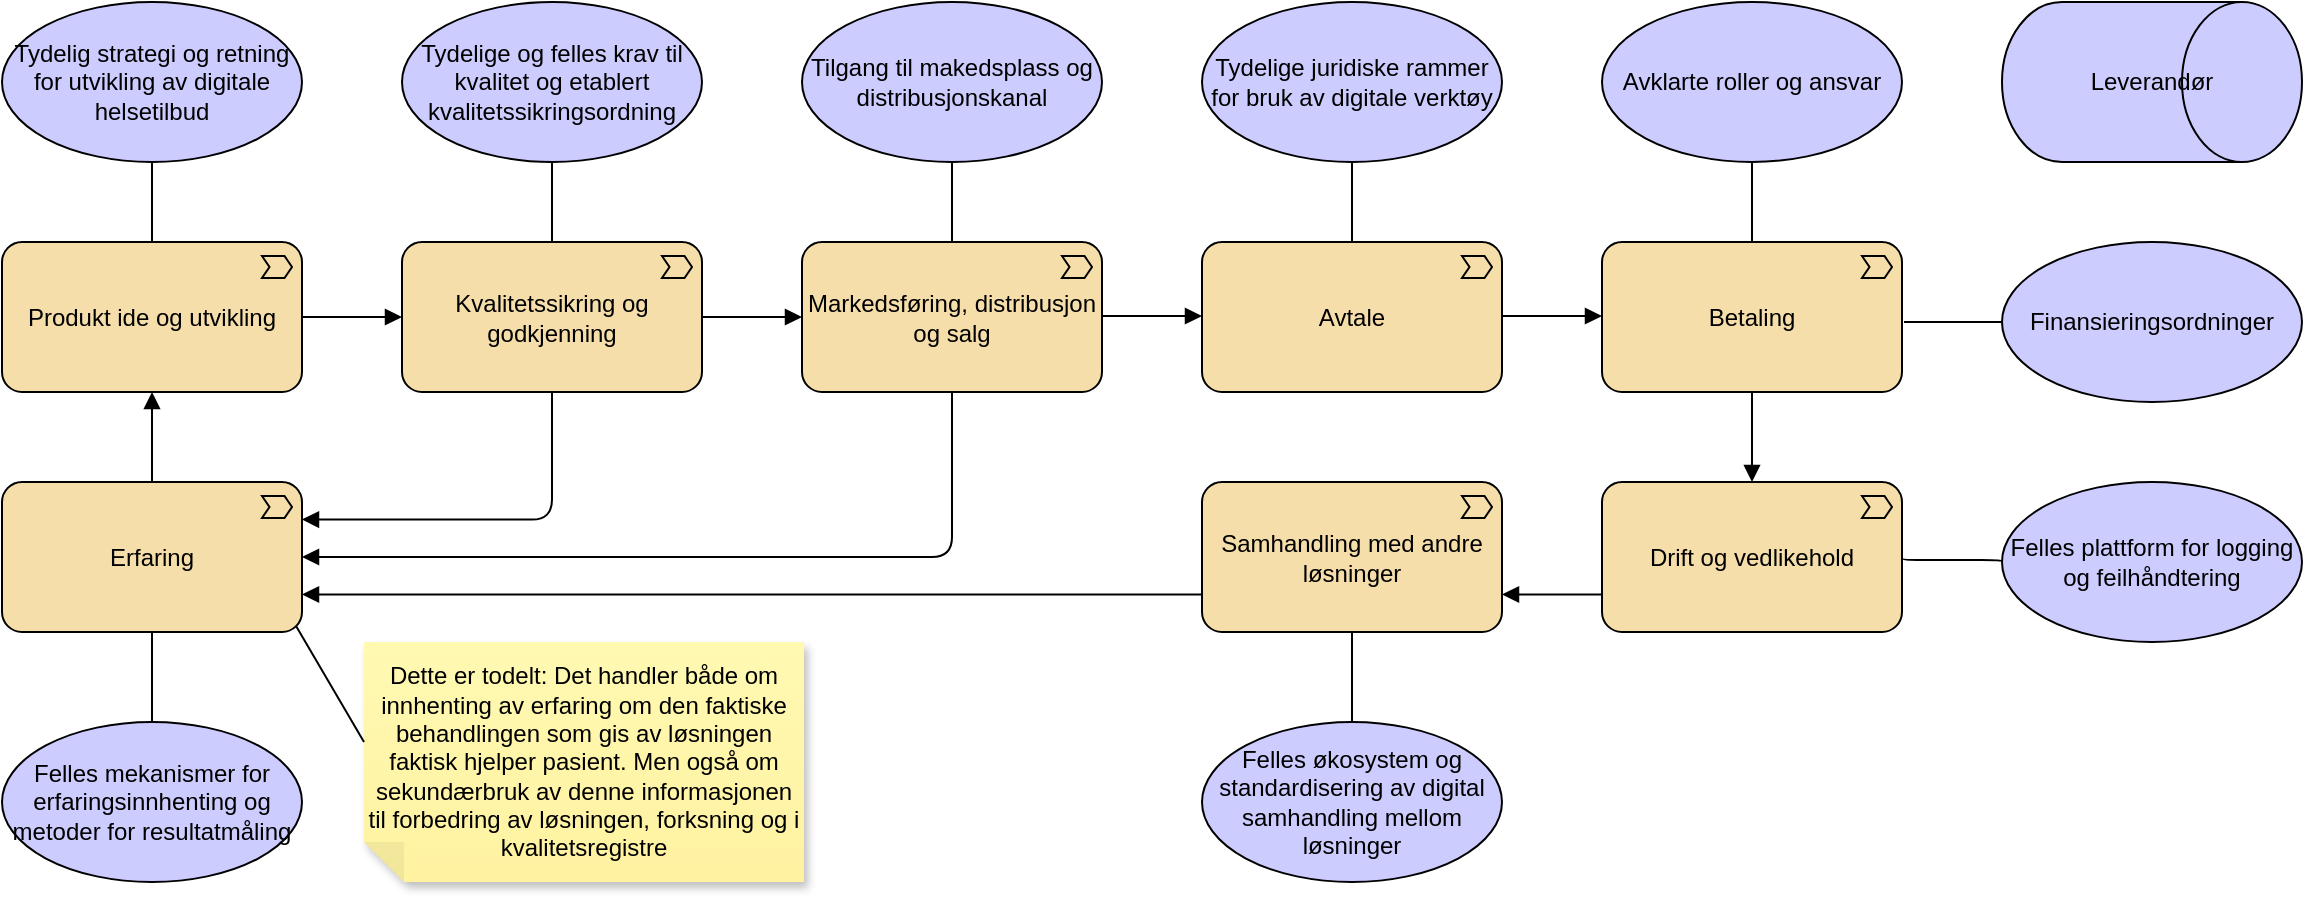
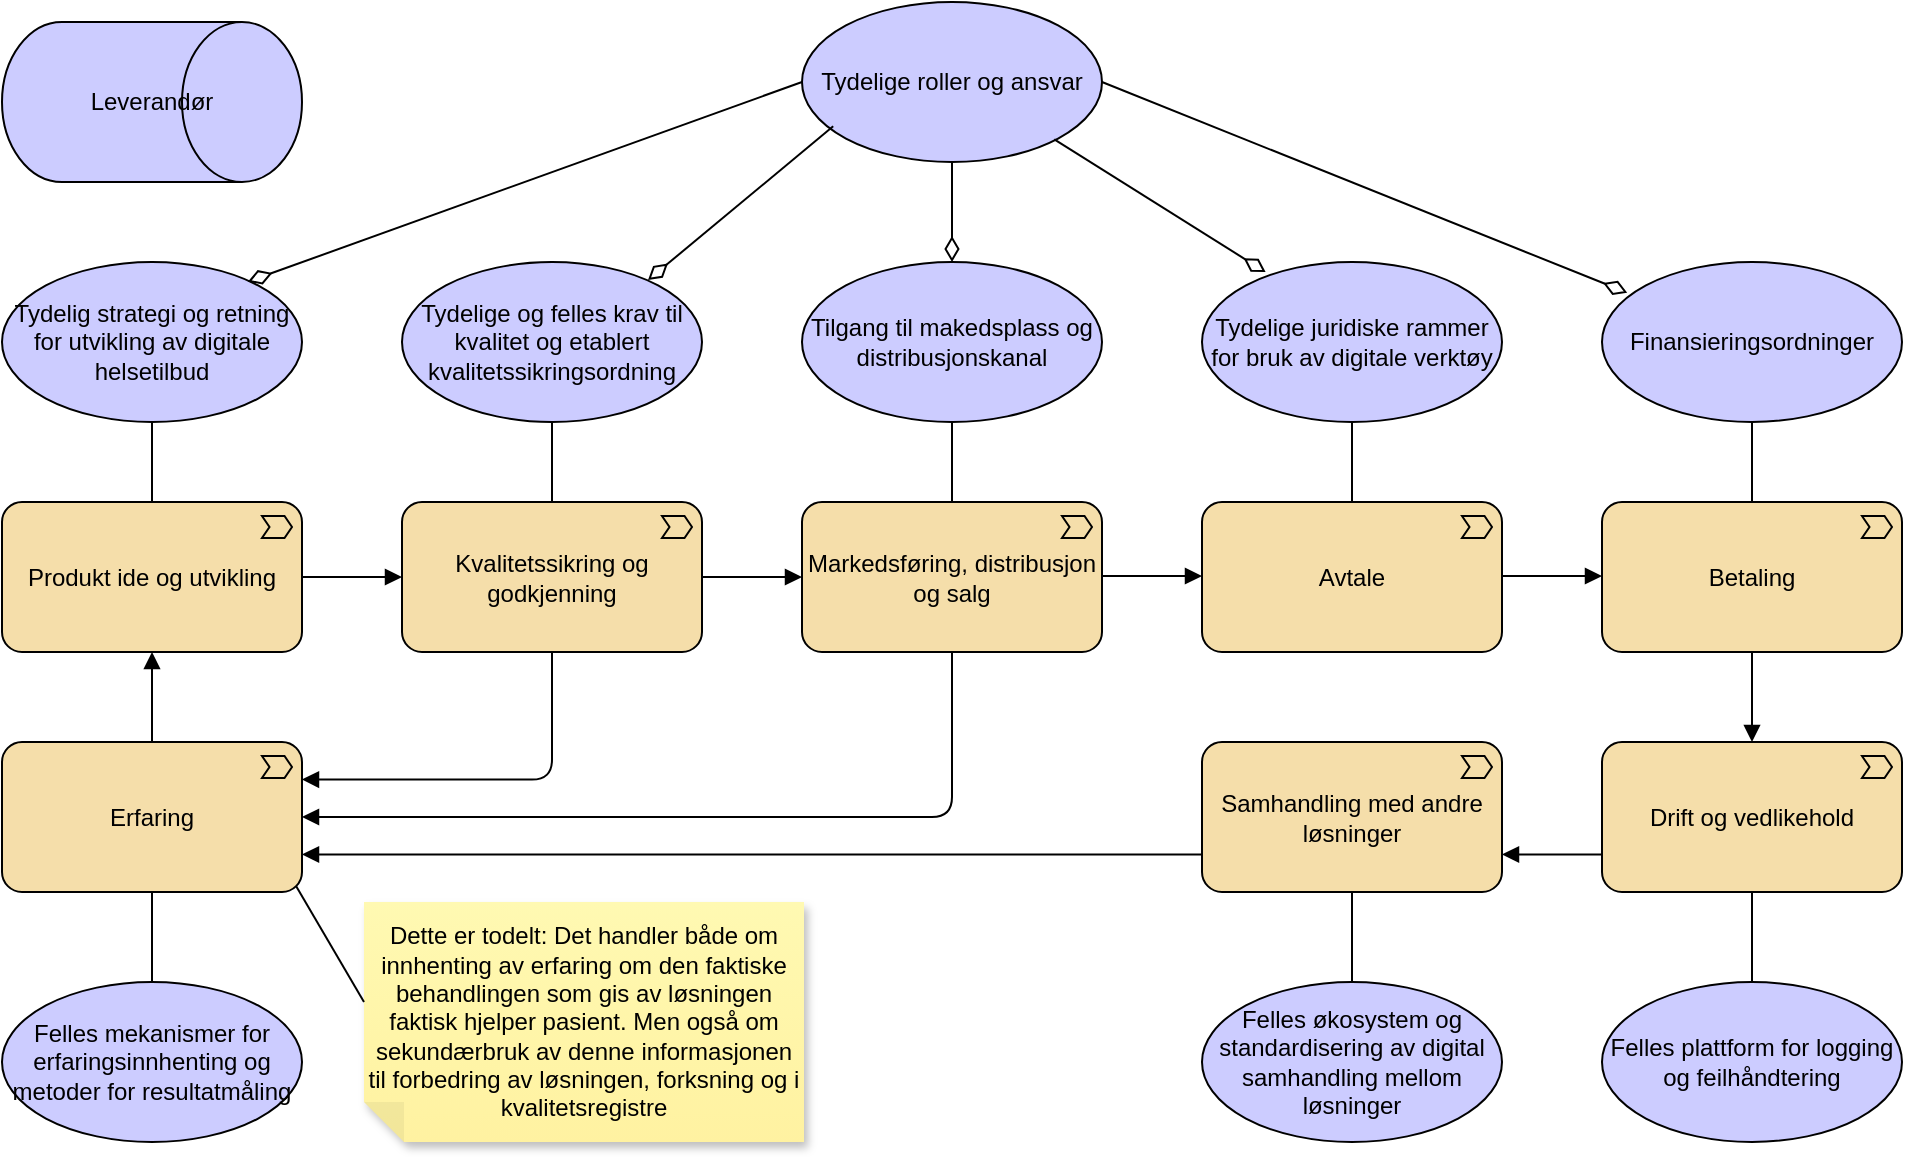
<mxfile host="65bd71144e">
    <diagram id="GwMaOcinR9aT1UnFt0KR" name="value-chain-produktutvikling">
-         <mxGraphModel dx="2165" dy="851" grid="1" gridSize="10" guides="1" tooltips="1" connect="1" arrows="1" fold="1" page="1" pageScale="1" pageWidth="1169" pageHeight="827" math="0" shadow="0">
+         <mxGraphModel dx="1461" dy="1678" grid="1" gridSize="10" guides="1" tooltips="1" connect="1" arrows="1" fold="1" page="1" pageScale="1" pageWidth="1169" pageHeight="827" math="0" shadow="0">
            <root>
                <mxCell id="0"/>
                <mxCell id="1" parent="0"/>
                <mxCell id="2" value="Produkt ide og utvikling" style="html=1;outlineConnect=0;whiteSpace=wrap;fillColor=#F5DEAA;shape=mxgraph.archimate3.application;appType=valueStream;archiType=rounded;" parent="1" vertex="1">
                    <mxGeometry x="19" y="160" width="150" height="75" as="geometry"/>
                </mxCell>
                <mxCell id="3" value="Kvalitetssikring og godkjenning" style="html=1;outlineConnect=0;whiteSpace=wrap;fillColor=#F5DEAA;shape=mxgraph.archimate3.application;appType=valueStream;archiType=rounded;" parent="1" vertex="1">
                    <mxGeometry x="219" y="160" width="150" height="75" as="geometry"/>
                </mxCell>
                <mxCell id="5" value="Markedsføring, distribusjon og salg" style="html=1;outlineConnect=0;whiteSpace=wrap;fillColor=#F5DEAA;shape=mxgraph.archimate3.application;appType=valueStream;archiType=rounded;" parent="1" vertex="1">
                    <mxGeometry x="419" y="160" width="150" height="75" as="geometry"/>
                </mxCell>
                <mxCell id="6" value="Avtale" style="html=1;outlineConnect=0;whiteSpace=wrap;fillColor=#F5DEAA;shape=mxgraph.archimate3.application;appType=valueStream;archiType=rounded;" parent="1" vertex="1">
                    <mxGeometry x="619" y="160" width="150" height="75" as="geometry"/>
                </mxCell>
                <mxCell id="7" value="Betaling" style="html=1;outlineConnect=0;whiteSpace=wrap;fillColor=#F5DEAA;shape=mxgraph.archimate3.application;appType=valueStream;archiType=rounded;" parent="1" vertex="1">
                    <mxGeometry x="819" y="160" width="150" height="75" as="geometry"/>
                </mxCell>
                <mxCell id="8" value="Drift og vedlikehold" style="html=1;outlineConnect=0;whiteSpace=wrap;fillColor=#F5DEAA;shape=mxgraph.archimate3.application;appType=valueStream;archiType=rounded;" parent="1" vertex="1">
                    <mxGeometry x="819" y="280" width="150" height="75" as="geometry"/>
                </mxCell>
                <mxCell id="9" value="Erfaring" style="html=1;outlineConnect=0;whiteSpace=wrap;fillColor=#F5DEAA;shape=mxgraph.archimate3.application;appType=valueStream;archiType=rounded;" parent="1" vertex="1">
                    <mxGeometry x="19" y="280" width="150" height="75" as="geometry"/>
                </mxCell>
                <mxCell id="10" value="" style="edgeStyle=orthogonalEdgeStyle;html=1;endArrow=block;dashed=0;elbow=vertical;endFill=1;exitX=1;exitY=0.5;exitDx=0;exitDy=0;exitPerimeter=0;entryX=0;entryY=0.5;entryDx=0;entryDy=0;entryPerimeter=0;" parent="1" source="2" target="3" edge="1">
                    <mxGeometry width="160" relative="1" as="geometry">
                        <mxPoint x="329" y="215" as="sourcePoint"/>
                        <mxPoint x="409" y="340" as="targetPoint"/>
                    </mxGeometry>
                </mxCell>
                <mxCell id="11" value="" style="html=1;endArrow=block;dashed=0;elbow=vertical;endFill=1;exitX=1;exitY=0.5;exitDx=0;exitDy=0;exitPerimeter=0;entryX=0;entryY=0.5;entryDx=0;entryDy=0;entryPerimeter=0;" parent="1" source="3" target="5" edge="1">
                    <mxGeometry width="160" relative="1" as="geometry">
                        <mxPoint x="179" y="208" as="sourcePoint"/>
                        <mxPoint x="229" y="208" as="targetPoint"/>
                    </mxGeometry>
                </mxCell>
                <mxCell id="12" value="" style="html=1;endArrow=block;dashed=0;elbow=vertical;endFill=1;exitX=1;exitY=0.5;exitDx=0;exitDy=0;exitPerimeter=0;entryX=0;entryY=0.5;entryDx=0;entryDy=0;entryPerimeter=0;" parent="1" edge="1">
                    <mxGeometry width="160" relative="1" as="geometry">
                        <mxPoint x="569" y="197" as="sourcePoint"/>
                        <mxPoint x="619" y="197" as="targetPoint"/>
                    </mxGeometry>
                </mxCell>
                <mxCell id="13" value="" style="html=1;endArrow=block;dashed=0;elbow=vertical;endFill=1;exitX=1;exitY=0.5;exitDx=0;exitDy=0;exitPerimeter=0;entryX=0;entryY=0.5;entryDx=0;entryDy=0;entryPerimeter=0;" parent="1" edge="1">
                    <mxGeometry width="160" relative="1" as="geometry">
                        <mxPoint x="769" y="197" as="sourcePoint"/>
                        <mxPoint x="819" y="197" as="targetPoint"/>
                    </mxGeometry>
                </mxCell>
                <mxCell id="14" value="" style="html=1;endArrow=block;dashed=0;elbow=vertical;endFill=1;exitX=0.5;exitY=1;exitDx=0;exitDy=0;exitPerimeter=0;entryX=0.5;entryY=0;entryDx=0;entryDy=0;entryPerimeter=0;" parent="1" source="7" target="8" edge="1">
                    <mxGeometry width="160" relative="1" as="geometry">
                        <mxPoint x="889" y="250" as="sourcePoint"/>
                        <mxPoint x="939" y="250" as="targetPoint"/>
                    </mxGeometry>
                </mxCell>
                <mxCell id="15" value="" style="html=1;endArrow=block;dashed=0;elbow=vertical;endFill=1;exitX=0;exitY=0.75;exitDx=0;exitDy=0;exitPerimeter=0;entryX=1;entryY=0.75;entryDx=0;entryDy=0;entryPerimeter=0;" parent="1" source="25" target="9" edge="1">
                    <mxGeometry width="160" relative="1" as="geometry">
                        <mxPoint x="409" y="238" as="sourcePoint"/>
                        <mxPoint x="459" y="238" as="targetPoint"/>
                    </mxGeometry>
                </mxCell>
                <mxCell id="16" value="" style="html=1;endArrow=block;dashed=0;elbow=vertical;endFill=1;exitX=0.5;exitY=0;exitDx=0;exitDy=0;exitPerimeter=0;entryX=0.5;entryY=1;entryDx=0;entryDy=0;entryPerimeter=0;" parent="1" source="9" target="2" edge="1">
                    <mxGeometry width="160" relative="1" as="geometry">
                        <mxPoint x="419" y="248" as="sourcePoint"/>
                        <mxPoint x="469" y="248" as="targetPoint"/>
                    </mxGeometry>
                </mxCell>
                <mxCell id="17" value="" style="edgeStyle=orthogonalEdgeStyle;html=1;endArrow=block;dashed=0;elbow=vertical;endFill=1;exitX=0.5;exitY=1;exitDx=0;exitDy=0;exitPerimeter=0;entryX=1;entryY=0.25;entryDx=0;entryDy=0;entryPerimeter=0;" parent="1" source="3" target="9" edge="1">
                    <mxGeometry width="160" relative="1" as="geometry">
                        <mxPoint x="179" y="208" as="sourcePoint"/>
                        <mxPoint x="229" y="208" as="targetPoint"/>
                    </mxGeometry>
                </mxCell>
                <mxCell id="18" value="" style="edgeStyle=orthogonalEdgeStyle;html=1;endArrow=block;dashed=0;elbow=vertical;endFill=1;exitX=0.5;exitY=1;exitDx=0;exitDy=0;exitPerimeter=0;entryX=1;entryY=0.5;entryDx=0;entryDy=0;entryPerimeter=0;" parent="1" source="5" target="9" edge="1">
                    <mxGeometry width="160" relative="1" as="geometry">
                        <mxPoint x="189" y="218" as="sourcePoint"/>
                        <mxPoint x="239" y="218" as="targetPoint"/>
                    </mxGeometry>
                </mxCell>
                <mxCell id="19" value="Tydelig strategi og retning for utvikling av digitale helsetilbud" style="shape=ellipse;html=1;whiteSpace=wrap;fillColor=#CCCCFF;" parent="1" vertex="1">
                    <mxGeometry x="19" y="40" width="150" height="80" as="geometry"/>
                </mxCell>
                <mxCell id="20" value="Tydelige og felles krav til kvalitet og etablert kvalitetssikringsordning" style="shape=ellipse;html=1;whiteSpace=wrap;fillColor=#CCCCFF;" vertex="1" parent="1">
                    <mxGeometry x="219" y="40" width="150" height="80" as="geometry"/>
                </mxCell>
                <mxCell id="21" value="Tilgang til makedsplass og distribusjonskanal" style="shape=ellipse;html=1;whiteSpace=wrap;fillColor=#CCCCFF;" vertex="1" parent="1">
                    <mxGeometry x="419" y="40" width="150" height="80" as="geometry"/>
                </mxCell>
                <mxCell id="22" value="Tydelige juridiske rammer for bruk av digitale verktøy" style="shape=ellipse;html=1;whiteSpace=wrap;fillColor=#CCCCFF;" vertex="1" parent="1">
                    <mxGeometry x="619" y="40" width="150" height="80" as="geometry"/>
                </mxCell>
-                 <mxCell id="23" value="Avklarte roller og ansvar" style="shape=ellipse;html=1;whiteSpace=wrap;fillColor=#CCCCFF;" vertex="1" parent="1">
+                 <mxCell id="23" value="Tydelige roller og ansvar" style="shape=ellipse;html=1;whiteSpace=wrap;fillColor=#CCCCFF;" vertex="1" parent="1">
+                     <mxGeometry x="419" y="-90" width="150" height="80" as="geometry"/>
+                 </mxCell>
+                 <mxCell id="24" value="Finansieringsordninger" style="shape=ellipse;html=1;whiteSpace=wrap;fillColor=#CCCCFF;" vertex="1" parent="1">
                    <mxGeometry x="819" y="40" width="150" height="80" as="geometry"/>
-                 </mxCell>
-                 <mxCell id="24" value="Finansieringsordninger" style="shape=ellipse;html=1;whiteSpace=wrap;fillColor=#CCCCFF;" vertex="1" parent="1">
-                     <mxGeometry x="1019" y="160" width="150" height="80" as="geometry"/>
                </mxCell>
                <mxCell id="26" value="" style="html=1;endArrow=block;dashed=0;elbow=vertical;endFill=1;exitX=0;exitY=0.75;exitDx=0;exitDy=0;exitPerimeter=0;entryX=1;entryY=0.75;entryDx=0;entryDy=0;entryPerimeter=0;" edge="1" parent="1" source="8" target="25">
                    <mxGeometry width="160" relative="1" as="geometry">
                        <mxPoint x="819" y="336" as="sourcePoint"/>
                        <mxPoint x="169" y="336" as="targetPoint"/>
                    </mxGeometry>
                </mxCell>
                <mxCell id="25" value="Samhandling med andre løsninger" style="html=1;outlineConnect=0;whiteSpace=wrap;fillColor=#F5DEAA;shape=mxgraph.archimate3.application;appType=valueStream;archiType=rounded;" vertex="1" parent="1">
                    <mxGeometry x="619" y="280" width="150" height="75" as="geometry"/>
                </mxCell>
                <mxCell id="27" value="Felles plattform for logging og feilhåndtering" style="shape=ellipse;html=1;whiteSpace=wrap;fillColor=#CCCCFF;" vertex="1" parent="1">
-                     <mxGeometry x="1019" y="280" width="150" height="80" as="geometry"/>
+                     <mxGeometry x="819" y="400" width="150" height="80" as="geometry"/>
                </mxCell>
                <mxCell id="28" value="Felles økosystem og standardisering av digital samhandling mellom løsninger" style="shape=ellipse;html=1;whiteSpace=wrap;fillColor=#CCCCFF;" vertex="1" parent="1">
                    <mxGeometry x="619" y="400" width="150" height="80" as="geometry"/>
                </mxCell>
                <mxCell id="29" value="Felles mekanismer for erfaringsinnhenting og metoder for resultatmåling" style="shape=ellipse;html=1;whiteSpace=wrap;fillColor=#CCCCFF;" vertex="1" parent="1">
                    <mxGeometry x="19" y="400" width="150" height="80" as="geometry"/>
                </mxCell>
                <mxCell id="30" value="" style="edgeStyle=elbowEdgeStyle;html=1;endArrow=none;elbow=vertical;exitX=0.5;exitY=1;exitDx=0;exitDy=0;entryX=0.5;entryY=0;entryDx=0;entryDy=0;entryPerimeter=0;" edge="1" parent="1" source="20" target="3">
                    <mxGeometry width="160" relative="1" as="geometry">
                        <mxPoint x="740" y="350" as="sourcePoint"/>
                        <mxPoint x="900" y="350" as="targetPoint"/>
                    </mxGeometry>
                </mxCell>
                <mxCell id="31" value="" style="edgeStyle=elbowEdgeStyle;html=1;endArrow=none;elbow=vertical;entryX=0.5;entryY=1;entryDx=0;entryDy=0;" edge="1" parent="1" target="19">
                    <mxGeometry width="160" relative="1" as="geometry">
                        <mxPoint x="94" y="160" as="sourcePoint"/>
                        <mxPoint x="419" y="380" as="targetPoint"/>
                    </mxGeometry>
                </mxCell>
                <mxCell id="32" value="" style="edgeStyle=elbowEdgeStyle;html=1;endArrow=none;elbow=vertical;exitX=0.5;exitY=1;exitDx=0;exitDy=0;entryX=0.5;entryY=0;entryDx=0;entryDy=0;entryPerimeter=0;" edge="1" parent="1" source="21" target="5">
                    <mxGeometry width="160" relative="1" as="geometry">
                        <mxPoint x="304" y="130" as="sourcePoint"/>
                        <mxPoint x="304" y="170" as="targetPoint"/>
                    </mxGeometry>
                </mxCell>
                <mxCell id="33" value="" style="edgeStyle=elbowEdgeStyle;html=1;endArrow=none;elbow=vertical;exitX=0.5;exitY=1;exitDx=0;exitDy=0;entryX=0.5;entryY=0;entryDx=0;entryDy=0;entryPerimeter=0;" edge="1" parent="1" source="22" target="6">
                    <mxGeometry width="160" relative="1" as="geometry">
                        <mxPoint x="314" y="140" as="sourcePoint"/>
                        <mxPoint x="314" y="180" as="targetPoint"/>
                    </mxGeometry>
                </mxCell>
-                 <mxCell id="34" value="" style="edgeStyle=elbowEdgeStyle;html=1;endArrow=none;elbow=vertical;exitX=0.5;exitY=1;exitDx=0;exitDy=0;entryX=0.5;entryY=0;entryDx=0;entryDy=0;entryPerimeter=0;" edge="1" parent="1" source="23" target="7">
-                     <mxGeometry width="160" relative="1" as="geometry">
-                         <mxPoint x="324" y="150" as="sourcePoint"/>
-                         <mxPoint x="324" y="190" as="targetPoint"/>
-                     </mxGeometry>
-                 </mxCell>
-                 <mxCell id="35" value="" style="edgeStyle=elbowEdgeStyle;html=1;endArrow=none;elbow=vertical;exitX=0;exitY=0.5;exitDx=0;exitDy=0;" edge="1" parent="1" source="24">
+                 <mxCell id="35" value="" style="edgeStyle=elbowEdgeStyle;html=1;endArrow=none;elbow=vertical;exitX=0.5;exitY=1;exitDx=0;exitDy=0;entryX=0.5;entryY=0;entryDx=0;entryDy=0;entryPerimeter=0;" edge="1" parent="1" source="24" target="7">
                    <mxGeometry width="160" relative="1" as="geometry">
                        <mxPoint x="334" y="160" as="sourcePoint"/>
                        <mxPoint x="970" y="200" as="targetPoint"/>
                    </mxGeometry>
                </mxCell>
-                 <mxCell id="36" value="" style="edgeStyle=elbowEdgeStyle;html=1;endArrow=none;elbow=vertical;exitX=0;exitY=0.5;exitDx=0;exitDy=0;entryX=1;entryY=0.5;entryDx=0;entryDy=0;entryPerimeter=0;" edge="1" parent="1" source="27" target="8">
+                 <mxCell id="36" value="" style="edgeStyle=elbowEdgeStyle;html=1;endArrow=none;elbow=vertical;exitX=0.5;exitY=0;exitDx=0;exitDy=0;entryX=0.5;entryY=1;entryDx=0;entryDy=0;entryPerimeter=0;" edge="1" parent="1" source="27" target="8">
                    <mxGeometry width="160" relative="1" as="geometry">
                        <mxPoint x="344" y="170" as="sourcePoint"/>
                        <mxPoint x="344" y="210" as="targetPoint"/>
                    </mxGeometry>
                </mxCell>
                <mxCell id="37" value="" style="edgeStyle=elbowEdgeStyle;html=1;endArrow=none;elbow=vertical;exitX=0.5;exitY=0;exitDx=0;exitDy=0;entryX=0.5;entryY=1;entryDx=0;entryDy=0;entryPerimeter=0;" edge="1" parent="1" source="28" target="25">
                    <mxGeometry width="160" relative="1" as="geometry">
                        <mxPoint x="354" y="180" as="sourcePoint"/>
                        <mxPoint x="680" y="370" as="targetPoint"/>
                    </mxGeometry>
                </mxCell>
                <mxCell id="38" value="" style="edgeStyle=elbowEdgeStyle;html=1;endArrow=none;elbow=vertical;exitX=0.5;exitY=1;exitDx=0;exitDy=0;entryX=0.5;entryY=0;entryDx=0;entryDy=0;exitPerimeter=0;" edge="1" parent="1" source="9" target="29">
                    <mxGeometry width="160" relative="1" as="geometry">
                        <mxPoint x="364" y="190" as="sourcePoint"/>
                        <mxPoint x="364" y="230" as="targetPoint"/>
                    </mxGeometry>
                </mxCell>
                <mxCell id="40" value="Leverandør" style="html=1;outlineConnect=0;whiteSpace=wrap;fillColor=#CCCCFF;shape=mxgraph.archimate3.role;" vertex="1" parent="1">
-                     <mxGeometry x="1019" y="40" width="150" height="80" as="geometry"/>
+                     <mxGeometry x="19" y="-80" width="150" height="80" as="geometry"/>
                </mxCell>
                <mxCell id="41" value="Dette er todelt: Det handler både om innhenting av erfaring om den faktiske behandlingen som gis av løsningen faktisk hjelper pasient. Men også om sekundærbruk av denne informasjonen til forbedring av løsningen, forksning og i kvalitetsregistre" style="shape=note;whiteSpace=wrap;html=1;backgroundOutline=1;fontColor=#000000;darkOpacity=0.05;fillColor=#FFF9B2;strokeColor=none;fillStyle=solid;direction=west;gradientDirection=north;gradientColor=#FFF2A1;shadow=1;size=20;pointerEvents=1;" vertex="1" parent="1">
                    <mxGeometry x="200" y="360" width="220" height="120" as="geometry"/>
                </mxCell>
                <mxCell id="42" value="" style="html=1;endArrow=none;elbow=vertical;exitX=1;exitY=1;exitDx=-2.9;exitDy=-2.9;entryX=0;entryY=0;entryDx=220;entryDy=70;exitPerimeter=0;entryPerimeter=0;" edge="1" parent="1" source="9" target="41">
                    <mxGeometry width="160" relative="1" as="geometry">
                        <mxPoint x="104" y="365" as="sourcePoint"/>
                        <mxPoint x="104" y="410" as="targetPoint"/>
+                     </mxGeometry>
+                 </mxCell>
+                 <mxCell id="44" value="" style="html=1;startArrow=diamondThin;startFill=0;elbow=vertical;startSize=10;endArrow=none;endFill=0;exitX=0.82;exitY=0.123;exitDx=0;exitDy=0;exitPerimeter=0;entryX=0;entryY=0.5;entryDx=0;entryDy=0;" edge="1" parent="1" source="19" target="23">
+                     <mxGeometry width="160" relative="1" as="geometry">
+                         <mxPoint x="560" y="250" as="sourcePoint"/>
+                         <mxPoint x="720" y="250" as="targetPoint"/>
+                     </mxGeometry>
+                 </mxCell>
+                 <mxCell id="45" value="" style="html=1;startArrow=diamondThin;startFill=0;elbow=vertical;startSize=10;endArrow=none;endFill=0;exitX=0.82;exitY=0.113;exitDx=0;exitDy=0;exitPerimeter=0;entryX=0.104;entryY=0.777;entryDx=0;entryDy=0;entryPerimeter=0;" edge="1" parent="1" source="20" target="23">
+                     <mxGeometry width="160" relative="1" as="geometry">
+                         <mxPoint x="152" y="60" as="sourcePoint"/>
+                         <mxPoint x="430" y="-40" as="targetPoint"/>
+                     </mxGeometry>
+                 </mxCell>
+                 <mxCell id="46" value="" style="html=1;startArrow=diamondThin;startFill=0;elbow=vertical;startSize=10;endArrow=none;endFill=0;exitX=0.5;exitY=0;exitDx=0;exitDy=0;entryX=0.5;entryY=1;entryDx=0;entryDy=0;" edge="1" parent="1" source="21" target="23">
+                     <mxGeometry width="160" relative="1" as="geometry">
+                         <mxPoint x="162" y="70" as="sourcePoint"/>
+                         <mxPoint x="440" y="-30" as="targetPoint"/>
+                     </mxGeometry>
+                 </mxCell>
+                 <mxCell id="47" value="" style="html=1;startArrow=diamondThin;startFill=0;elbow=vertical;startSize=10;endArrow=none;endFill=0;exitX=0.212;exitY=0.063;exitDx=0;exitDy=0;exitPerimeter=0;entryX=0.841;entryY=0.858;entryDx=0;entryDy=0;entryPerimeter=0;" edge="1" parent="1" source="22" target="23">
+                     <mxGeometry width="160" relative="1" as="geometry">
+                         <mxPoint x="172" y="80" as="sourcePoint"/>
+                         <mxPoint x="450" y="-20" as="targetPoint"/>
+                     </mxGeometry>
+                 </mxCell>
+                 <mxCell id="48" value="" style="html=1;startArrow=diamondThin;startFill=0;elbow=vertical;startSize=10;endArrow=none;endFill=0;exitX=0.084;exitY=0.192;exitDx=0;exitDy=0;exitPerimeter=0;entryX=1;entryY=0.5;entryDx=0;entryDy=0;" edge="1" parent="1" source="24" target="23">
+                     <mxGeometry width="160" relative="1" as="geometry">
+                         <mxPoint x="182" y="90" as="sourcePoint"/>
+                         <mxPoint x="460" y="-10" as="targetPoint"/>
                    </mxGeometry>
                </mxCell>
            </root>
        </mxGraphModel>
    </diagram>
</mxfile>